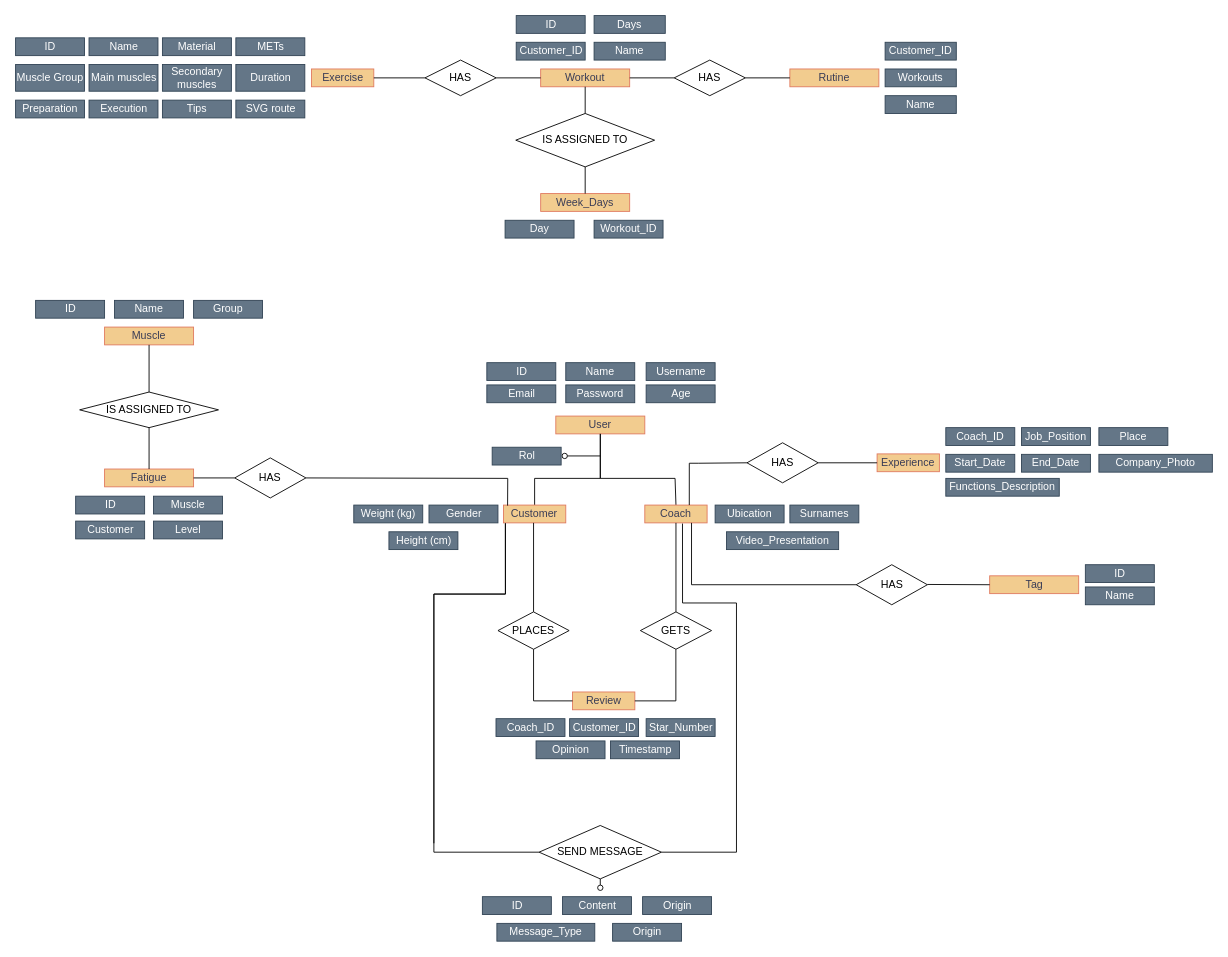
Earlier version of the draw.io diagram FitFlow.drawio (Robeerlc/FitFlow). Source tidied: cells renumbered, new cells numbered last; positions are measured from the earlier drawing's top-left corner, leaving out a move shared by most shapes. Both pictures are drawn from the tidied source at 89%, with x=0, y=0 at pixel (15, 15).
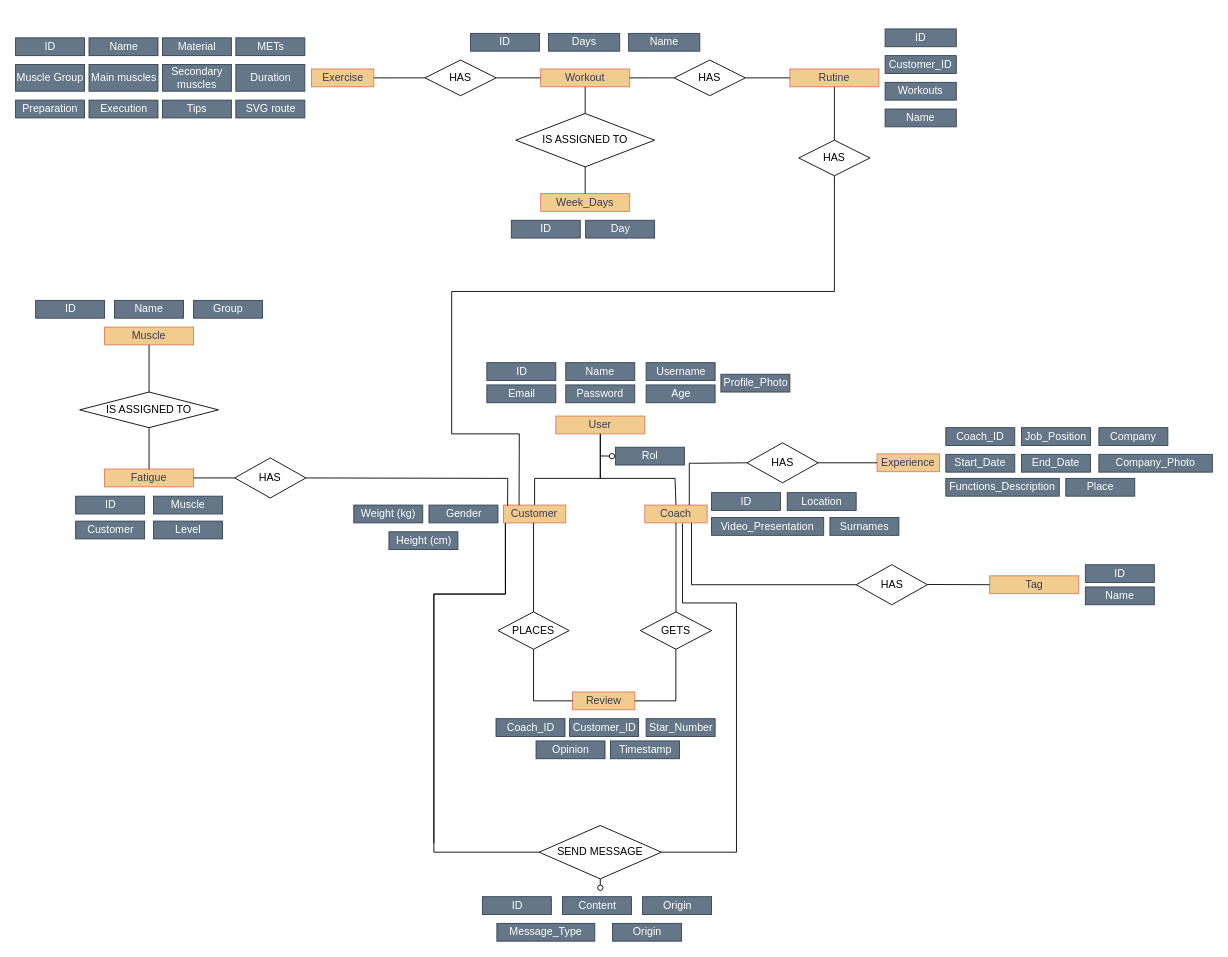
The same page after the edit.

The change refers to these unchanged cells:
```xml
<mxCell id="3" value="Rutine" style="rounded=0;whiteSpace=wrap;html=1;labelBackgroundColor=none;fillColor=#F2CC8F;strokeColor=#E07A5F;fontColor=#393C56;" parent="1" vertex="1">
  <mxGeometry x="870" y="60" width="100" height="20" as="geometry" />
</mxCell>
<mxCell id="50" value="Customer" style="rounded=0;whiteSpace=wrap;html=1;labelBackgroundColor=none;fillColor=#F2CC8F;strokeColor=#E07A5F;fontColor=#393C56;" parent="1" vertex="1">
  <mxGeometry x="548.2" y="550" width="70" height="20" as="geometry" />
</mxCell>
```

The edit, as a diff of the source:
```diff
@@
     <mxCell id="5" value="Name" style="text;strokeColor=#314354;align=center;fillColor=#647687;html=1;verticalAlign=middle;whiteSpace=wrap;rounded=0;labelBackgroundColor=none;fontColor=#ffffff;" parent="1" vertex="1">
-      <mxGeometry x="650" y="30" width="80" height="20" as="geometry" />
+      <mxGeometry x="688.8" y="20" width="80" height="20" as="geometry" />
     </mxCell>
     <mxCell id="6" value="Days" style="text;strokeColor=#314354;align=center;fillColor=#647687;html=1;verticalAlign=middle;whiteSpace=wrap;rounded=0;labelBackgroundColor=none;fontColor=#ffffff;" parent="1" vertex="1">
-      <mxGeometry x="650" width="80" height="20" as="geometry" />
+      <mxGeometry x="598.8" y="20" width="80" height="20" as="geometry" />
     </mxCell>
-    <mxCell id="7" value="Customer_ID" style="text;strokeColor=#314354;align=center;fillColor=#647687;html=1;verticalAlign=middle;whiteSpace=wrap;rounded=0;labelBackgroundColor=none;fontColor=#ffffff;" parent="1" vertex="1">
-      <mxGeometry x="562.5" y="30" width="77.5" height="20" as="geometry" />
-    </mxCell>
     <mxCell id="8" value="ID" style="text;strokeColor=#314354;align=center;fillColor=#647687;html=1;verticalAlign=middle;whiteSpace=wrap;rounded=0;labelBackgroundColor=none;fontColor=#ffffff;" parent="1" vertex="1">
-      <mxGeometry x="562.5" width="77.5" height="20" as="geometry" />
+      <mxGeometry x="511.2" y="20" width="77.5" height="20" as="geometry" />
     </mxCell>
@@
     <mxCell id="22" value="Customer_ID" style="text;strokeColor=#314354;align=center;fillColor=#647687;html=1;verticalAlign=middle;whiteSpace=wrap;rounded=0;labelBackgroundColor=none;fontColor=#ffffff;" parent="1" vertex="1">
-      <mxGeometry x="977" y="30" width="80" height="20" as="geometry" />
+      <mxGeometry x="977" y="45" width="80" height="20" as="geometry" />
     </mxCell>
     <mxCell id="23" value="Workouts" style="text;strokeColor=#314354;align=center;fillColor=#647687;html=1;verticalAlign=middle;whiteSpace=wrap;rounded=0;labelBackgroundColor=none;fontColor=#ffffff;" parent="1" vertex="1">
-      <mxGeometry x="977" y="60" width="80" height="20" as="geometry" />
+      <mxGeometry x="977" y="75" width="80" height="20" as="geometry" />
     </mxCell>
     <mxCell id="24" value="Name" style="text;strokeColor=#314354;align=center;fillColor=#647687;html=1;verticalAlign=middle;whiteSpace=wrap;rounded=0;labelBackgroundColor=none;fontColor=#ffffff;" parent="1" vertex="1">
-      <mxGeometry x="977" y="90" width="80" height="20" as="geometry" />
+      <mxGeometry x="977" y="105" width="80" height="20" as="geometry" />
     </mxCell>
     <mxCell id="25" value="Day" style="text;strokeColor=#314354;align=center;fillColor=#647687;html=1;verticalAlign=middle;whiteSpace=wrap;rounded=0;labelBackgroundColor=none;fontColor=#ffffff;" parent="1" vertex="1">
-      <mxGeometry x="550" y="230" width="77.5" height="20" as="geometry" />
+      <mxGeometry x="640.5" y="230" width="77.5" height="20" as="geometry" />
     </mxCell>
-    <mxCell id="26" value="Workout_ID" style="text;strokeColor=#314354;align=center;fillColor=#647687;html=1;verticalAlign=middle;whiteSpace=wrap;rounded=0;labelBackgroundColor=none;fontColor=#ffffff;" parent="1" vertex="1">
-      <mxGeometry x="650" y="230" width="77.5" height="20" as="geometry" />
-    </mxCell>
@@
     <mxCell id="40" style="endArrow=none;html=1;rounded=0;startArrow=oval;startFill=0;" parent="1" edge="1">
       <mxGeometry relative="1" as="geometry">
-        <mxPoint x="617" y="494.8" as="sourcePoint" />
+        <mxPoint x="670" y="495" as="sourcePoint" />
         <mxPoint x="657" y="494.8" as="targetPoint" />
       </mxGeometry>
     </mxCell>
     <mxCell id="41" value="Rol" style="text;strokeColor=#314354;align=center;fillColor=#647687;html=1;verticalAlign=middle;whiteSpace=wrap;rounded=0;labelBackgroundColor=none;fontColor=#ffffff;" parent="1" vertex="1">
-      <mxGeometry x="535.5" y="485" width="77.5" height="20" as="geometry" />
+      <mxGeometry x="674" y="485" width="77.5" height="20" as="geometry" />
     </mxCell>
@@
-    <mxCell id="52" value="Ubication" style="text;strokeColor=#314354;align=center;fillColor=#647687;html=1;verticalAlign=middle;whiteSpace=wrap;rounded=0;labelBackgroundColor=none;fontColor=#ffffff;" parent="1" vertex="1">
-      <mxGeometry x="786" y="550" width="77.5" height="20" as="geometry" />
+    <mxCell id="52" value="Location" style="text;strokeColor=#314354;align=center;fillColor=#647687;html=1;verticalAlign=middle;whiteSpace=wrap;rounded=0;labelBackgroundColor=none;fontColor=#ffffff;" parent="1" vertex="1">
+      <mxGeometry x="867" y="536" width="77.5" height="20" as="geometry" />
     </mxCell>
     <mxCell id="53" value="Video_Presentation" style="text;strokeColor=#314354;align=center;fillColor=#647687;html=1;verticalAlign=middle;whiteSpace=wrap;rounded=0;labelBackgroundColor=none;fontColor=#ffffff;" parent="1" vertex="1">
-      <mxGeometry x="798.8" y="580" width="126" height="20" as="geometry" />
+      <mxGeometry x="782" y="564" width="126" height="20" as="geometry" />
     </mxCell>
     <mxCell id="54" value="Surnames" style="text;strokeColor=#314354;align=center;fillColor=#647687;html=1;verticalAlign=middle;whiteSpace=wrap;rounded=0;labelBackgroundColor=none;fontColor=#ffffff;" parent="1" vertex="1">
-      <mxGeometry x="870" y="550" width="77.5" height="20" as="geometry" />
+      <mxGeometry x="915" y="564" width="77.5" height="20" as="geometry" />
     </mxCell>
@@
-    <mxCell id="64" value="Place" style="text;strokeColor=#314354;align=center;fillColor=#647687;html=1;verticalAlign=middle;whiteSpace=wrap;rounded=0;labelBackgroundColor=none;fontColor=#ffffff;" parent="1" vertex="1">
+    <mxCell id="64" value="Company" style="text;strokeColor=#314354;align=center;fillColor=#647687;html=1;verticalAlign=middle;whiteSpace=wrap;rounded=0;labelBackgroundColor=none;fontColor=#ffffff;" parent="1" vertex="1">
       <mxGeometry x="1217.2" y="463" width="77.5" height="20" as="geometry" />
     </mxCell>
@@
+    <mxCell id="111" style="endArrow=none;html=1;rounded=0;exitX=0.25;exitY=0;exitDx=0;exitDy=0;entryX=0.5;entryY=1;entryDx=0;entryDy=0;" parent="1" edge="1" source="50" target="112">
+      <mxGeometry relative="1" as="geometry">
+        <Array as="points">
+          <mxPoint x="566" y="470" />
+          <mxPoint x="490" y="470" />
+          <mxPoint x="490" y="310" />
+          <mxPoint x="920" y="310" />
+        </Array>
+      </mxGeometry>
+    </mxCell>
+    <mxCell id="112" value="HAS" style="rhombus;whiteSpace=wrap;html=1;" parent="1" vertex="1">
+      <mxGeometry x="880" y="140" width="80" height="40" as="geometry" />
+    </mxCell>
+    <mxCell id="113" style="endArrow=none;html=1;rounded=0;entryX=0.5;entryY=1;entryDx=0;entryDy=0;exitX=0.5;exitY=0;exitDx=0;exitDy=0;" parent="1" edge="1" source="112" target="3">
+      <mxGeometry relative="1" as="geometry" />
+    </mxCell>
+    <mxCell id="114" value="Profile_Photo" style="text;strokeColor=#314354;align=center;fillColor=#647687;html=1;verticalAlign=middle;whiteSpace=wrap;rounded=0;labelBackgroundColor=none;fontColor=#ffffff;" parent="1" vertex="1">
+      <mxGeometry x="792.5" y="403" width="77.5" height="20" as="geometry" />
+    </mxCell>
+    <mxCell id="115" value="ID" style="text;strokeColor=#314354;align=center;fillColor=#647687;html=1;verticalAlign=middle;whiteSpace=wrap;rounded=0;labelBackgroundColor=none;fontColor=#ffffff;" parent="1" vertex="1">
+      <mxGeometry x="782" y="536" width="77.5" height="20" as="geometry" />
+    </mxCell>
+    <mxCell id="116" value="Place" style="text;strokeColor=#314354;align=center;fillColor=#647687;html=1;verticalAlign=middle;whiteSpace=wrap;rounded=0;labelBackgroundColor=none;fontColor=#ffffff;" parent="1" vertex="1">
+      <mxGeometry x="1180" y="520" width="77.5" height="20" as="geometry" />
+    </mxCell>
+    <mxCell id="117" value="ID" style="text;strokeColor=#314354;align=center;fillColor=#647687;html=1;verticalAlign=middle;whiteSpace=wrap;rounded=0;labelBackgroundColor=none;fontColor=#ffffff;" parent="1" vertex="1">
+      <mxGeometry x="557" y="230" width="77.5" height="20" as="geometry" />
+    </mxCell>
+    <mxCell id="118" value="ID" style="text;strokeColor=#314354;align=center;fillColor=#647687;html=1;verticalAlign=middle;whiteSpace=wrap;rounded=0;labelBackgroundColor=none;fontColor=#ffffff;" parent="1" vertex="1">
+      <mxGeometry x="977" y="15" width="80" height="20" as="geometry" />
+    </mxCell>
```
